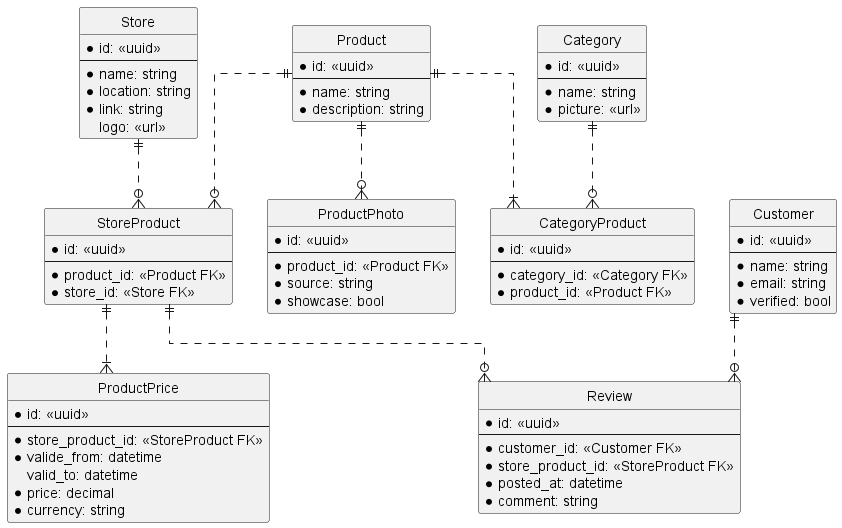
The PlantUML diagram iteration-01/diagrams/heureka.png in urbapetr/pb138-iterations-2023, before a commit.
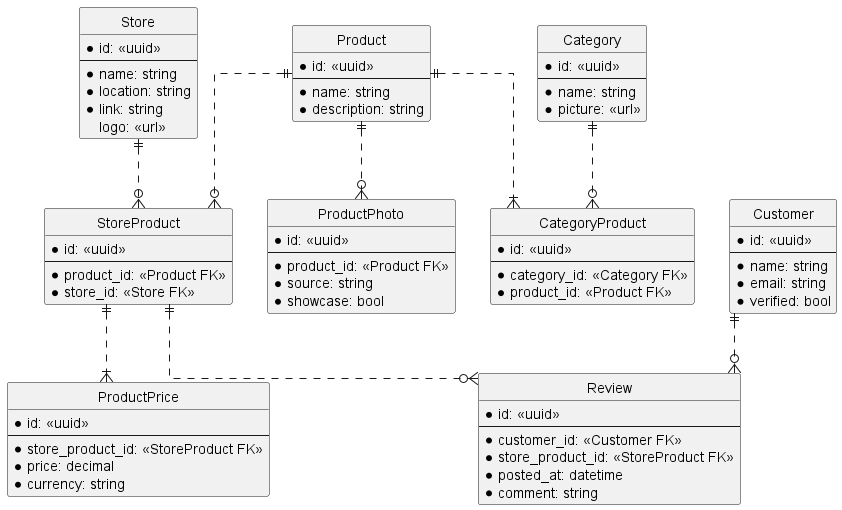
The same file after the commit.

Diff of the diagram source:
```diff
@@ -15,8 +15,6 @@
     *id: <<uuid>>
     ---
     *store_product_id: <<StoreProduct FK>>
-    *valide_from: datetime
-    valid_to: datetime
     *price: decimal
     *currency: string
 }
```
